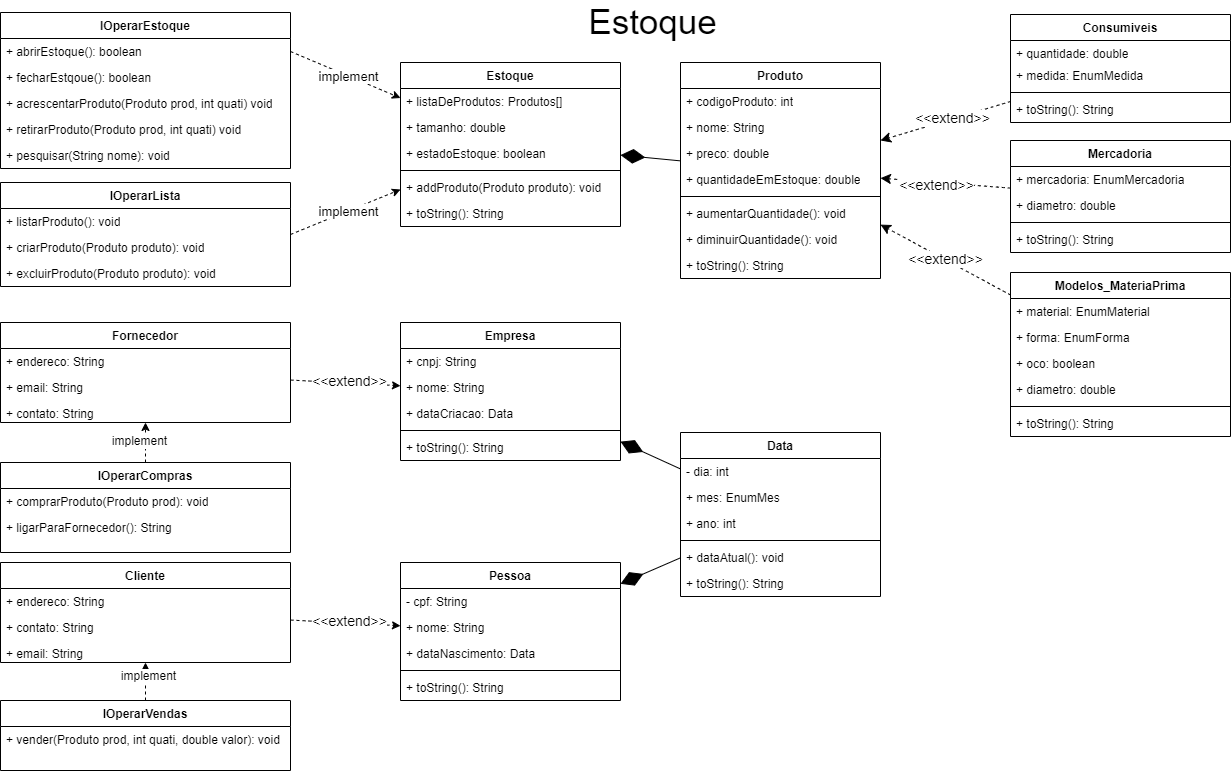
GiovanniBandeira/Estoque keeps this draw.io diagram as assets/Avaliacao.drawio.png. Above is the earlier version. Source tidied: cells renumbered, new cells last; positions are measured from the earlier drawing's top-left corner, leaving out a move shared by most shapes.
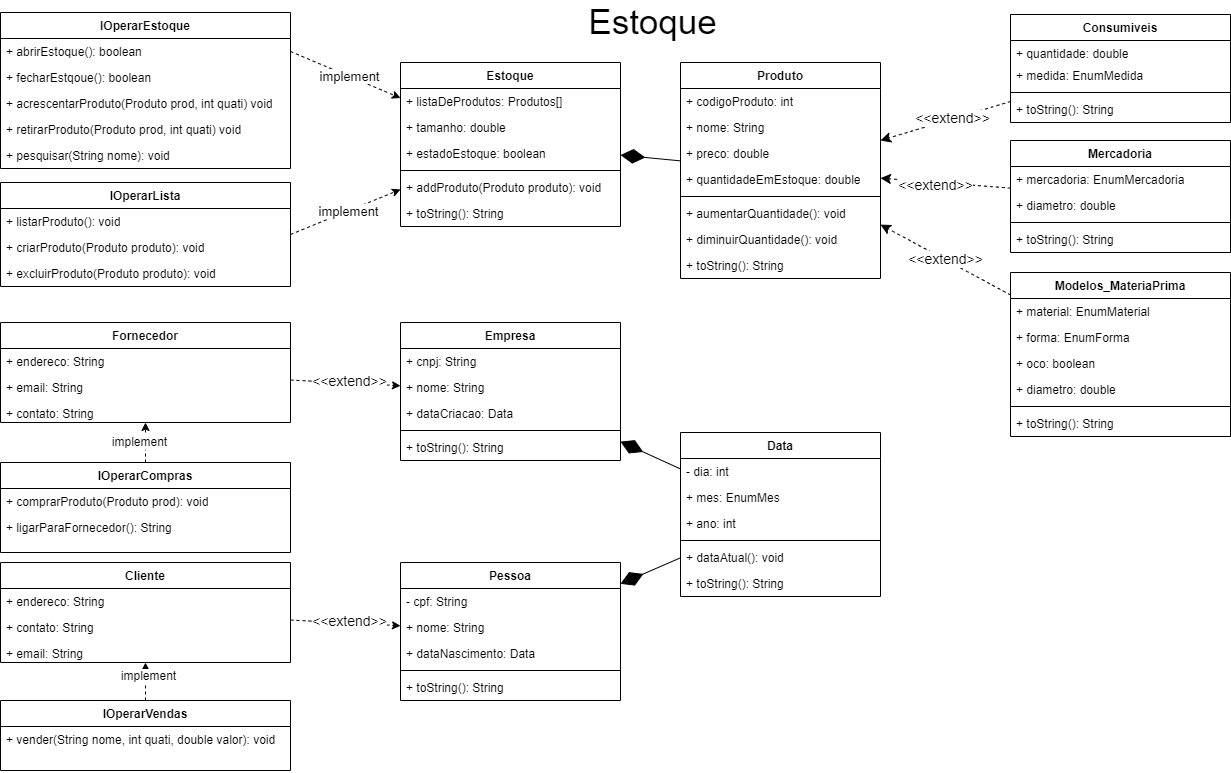
After the change.

The edit, as a diff of the source:
```diff
@@ -269,7 +269,7 @@
     <mxCell id="90" value="IOperarVendas" style="swimlane;fontStyle=1;align=center;verticalAlign=top;horizontal=1;startSize=26;whiteSpace=wrap;html=1;" parent="1" vertex="1">
       <mxGeometry y="698" width="290" height="70" as="geometry" />
     </mxCell>
-    <mxCell id="91" value="+ vender(Produto prod, int quati, double valor): void" style="text;strokeColor=none;fillColor=none;align=left;verticalAlign=top;spacingLeft=4;spacingRight=4;overflow=hidden;whiteSpace=wrap;html=1;" parent="90" vertex="1">
+    <mxCell id="91" value="+ vender(String nome, int quati, double valor): void" style="text;strokeColor=none;fillColor=none;align=left;verticalAlign=top;spacingLeft=4;spacingRight=4;overflow=hidden;whiteSpace=wrap;html=1;" parent="90" vertex="1">
       <mxGeometry y="26" width="290" height="44" as="geometry" />
     </mxCell>
     <mxCell id="92" style="edgeStyle=none;rounded=0;jettySize=auto;html=1;dashed=1;exitX=1;exitY=0.5;exitDx=0;exitDy=0;" parent="1" edge="1" source="83" target="3">
```
